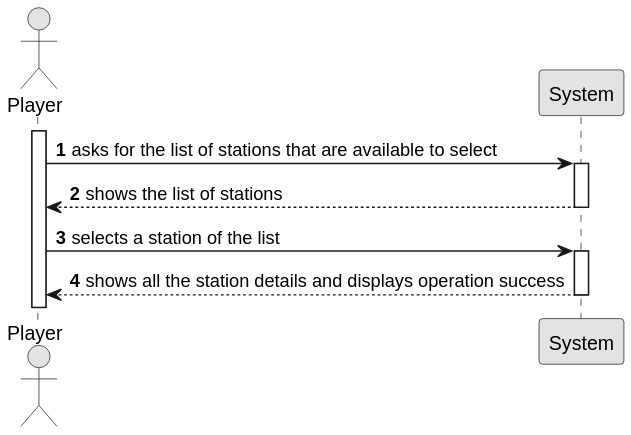
Before: Sprint2/US007/01.requirements-engineering/svg/US007-SSD.svg, a diagram exported from PlantUML (1240935/pi2-railway-simulator). Source of this version:
```plantuml
@startuml
skinparam monochrome true
skinparam packageStyle rectangle
skinparam shadowing false

autonumber

actor "Player" as Employee
participant "System" as System

activate Employee

    Employee -> System : asks for the list of stations that are available to select
    activate System

        System --> Employee : shows the list of stations
    deactivate System

    Employee -> System : selects a station of the list
    activate System

        System --> Employee : shows all the station details and displays operation success
    deactivate System
@enduml
```
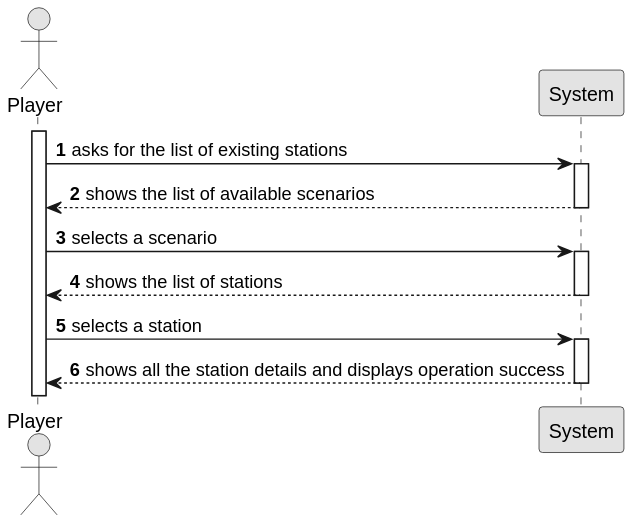
After the commit.

Diff of the diagram source:
```diff
@@ -10,15 +10,21 @@
 
 activate Employee
 
-    Employee -> System : asks for the list of stations that are available to select
+    Employee -> System : asks for the list of existing stations
     activate System
 
-        System --> Employee : shows the list of stations
+    System --> Employee : shows the list of available scenarios
     deactivate System
 
-    Employee -> System : selects a station of the list
+    Employee -> System : selects a scenario
     activate System
 
-        System --> Employee : shows all the station details and displays operation success
+    System --> Employee : shows the list of stations
+    deactivate System
+
+    Employee -> System : selects a station
+    activate System
+
+    System --> Employee : shows all the station details and displays operation success
     deactivate System
 @enduml
```
